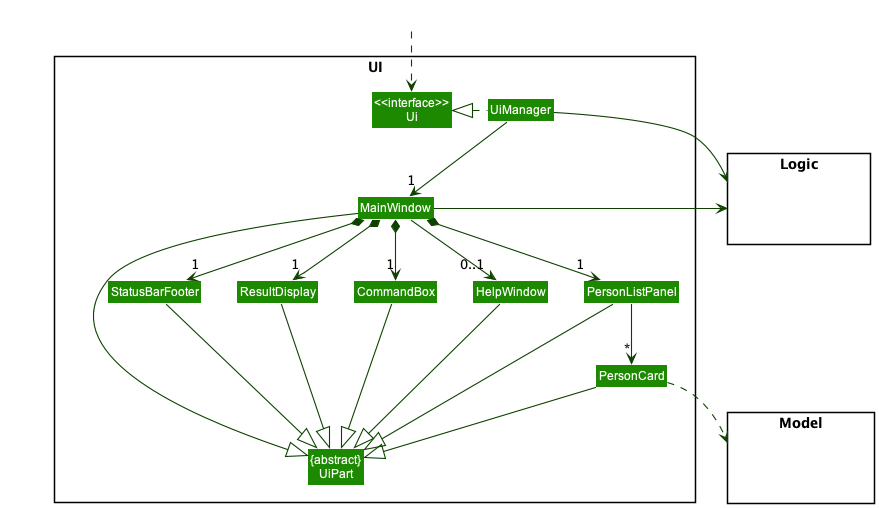
nus-cs2103-AY2223S1/tp keeps this PlantUML diagram as docs/images/UiClassDiagram.png. Above is the earlier version.
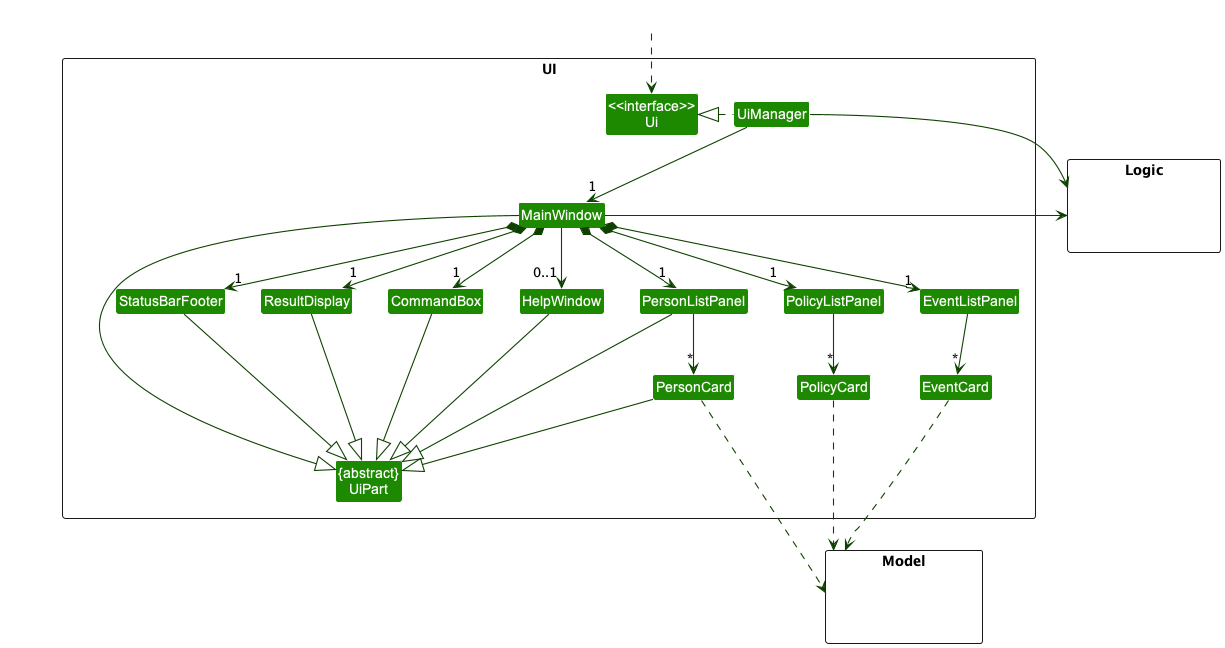
The same file after the commit.

Diff of the diagram source:
```diff
@@ -15,6 +15,10 @@
 Class PersonCard
 Class StatusBarFooter
 Class CommandBox
+Class PolicyListPanel
+Class PolicyCard
+Class EventListPanel
+Class EventCard
 }
 
 package Model <<Rectangle>> {
@@ -34,9 +38,15 @@
 MainWindow *-down-> "1" ResultDisplay
 MainWindow *-down-> "1" PersonListPanel
 MainWindow *-down-> "1" StatusBarFooter
+MainWindow *-down-> "1" PolicyListPanel
+MainWindow *-down-> "1" EventListPanel
 MainWindow --> "0..1" HelpWindow
 
 PersonListPanel -down-> "*" PersonCard
+
+PolicyListPanel -down-> "*" PolicyCard
+
+EventListPanel -down-> "*" EventCard
 
 MainWindow -left-|> UiPart
 
@@ -47,7 +57,11 @@
 StatusBarFooter --|> UiPart
 HelpWindow --|> UiPart
 
-PersonCard ..> Model
+EventCard ..> Model
+PolicyCard ..> Model
+
+
+PersonCard ...> Model
 UiManager -right-> Logic
 MainWindow -left-> Logic
 
```
